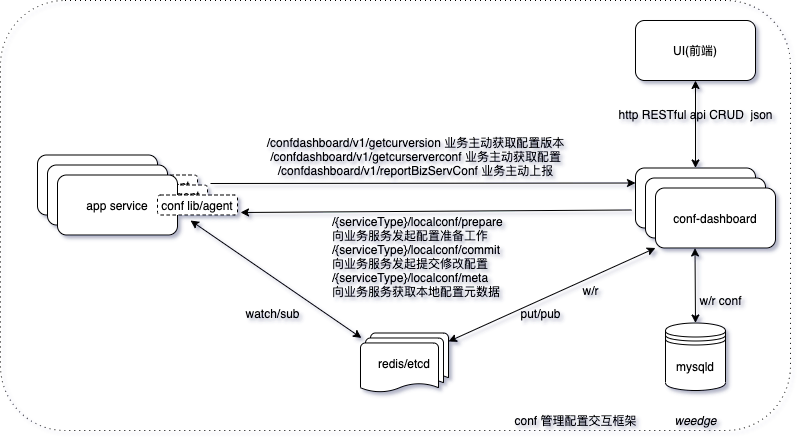
Above: config-arch.drawio.png in weedge/mypic (draw.io), before the change. Source tidied: cells renumbered, new cells last; positions are measured from the earlier drawing's top-left corner, leaving out a move shared by most shapes.
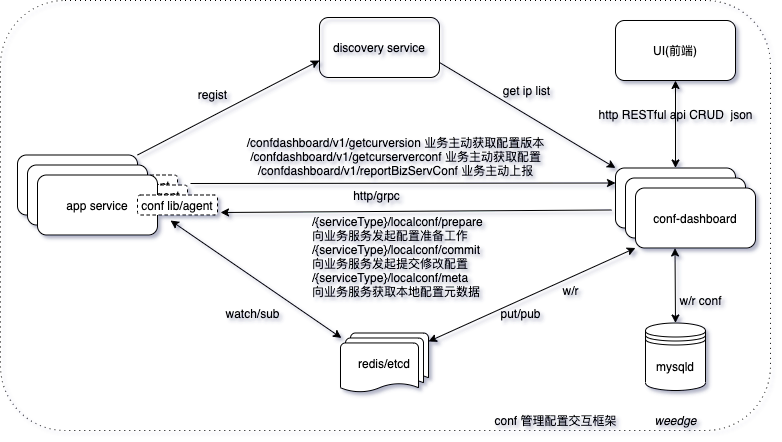
Later version of the same file.

What changed in the source:
```diff
@@ -3,7 +3,7 @@
     <mxCell id="0" />
     <mxCell id="1" parent="0" />
     <mxCell id="2" style="rounded=1;whiteSpace=wrap;html=1;strokeWidth=1;dashed=1;dashPattern=1 4;shadow=0;fillColor=none;" parent="1" vertex="1">
-      <mxGeometry width="790" height="430" as="geometry" />
+      <mxGeometry x="20" width="770" height="430" as="geometry" />
     </mxCell>
     <mxCell id="3" value="conf-dashboard" style="rounded=1;whiteSpace=wrap;html=1;" parent="1" vertex="1">
       <mxGeometry x="635" y="167.5" width="120" height="60" as="geometry" />
@@ -63,6 +63,11 @@
         <mxPoint x="210" y="183" as="sourcePoint" />
       </mxGeometry>
     </mxCell>
+    <mxCell id="30" value="http/grpc" style="edgeLabel;html=1;align=center;verticalAlign=middle;labelBackgroundColor=none;" parent="19" vertex="1">
+      <mxGeometry x="-0.25" y="-4" relative="1" as="geometry">
+        <mxPoint x="25" y="8" as="offset" />
+      </mxGeometry>
+    </mxCell>
     <mxCell id="20" style="endArrow=classic;html=1;rounded=0;exitX=-0.033;exitY=0.883;exitDx=0;exitDy=0;exitPerimeter=0;" parent="1" edge="1">
       <mxGeometry relative="1" as="geometry">
         <mxPoint x="631" y="209.5" as="sourcePoint" />
@@ -96,5 +101,22 @@
     <mxCell id="29" value="weedge" style="text;html=1;align=center;verticalAlign=middle;strokeColor=none;fillColor=none;fontStyle=2;" parent="1" vertex="1">
       <mxGeometry x="665" y="410" width="60" height="20" as="geometry" />
     </mxCell>
+    <mxCell id="31" value="discovery service" style="rounded=1;whiteSpace=wrap;html=1;shadow=0;labelBackgroundColor=none;fontColor=none;strokeWidth=1;fillColor=none;" parent="1" vertex="1">
+      <mxGeometry x="339" y="17" width="120" height="60" as="geometry" />
+    </mxCell>
+    <mxCell id="32" style="endArrow=classic;startArrow=none;html=1;rounded=0;fontColor=none;exitX=1;exitY=0;exitDx=0;exitDy=0;startFill=0;" parent="1" edge="1" source="5">
+      <mxGeometry relative="1" as="geometry">
+        <mxPoint x="339" y="60" as="targetPoint" />
+      </mxGeometry>
+    </mxCell>
+    <mxCell id="33" style="endArrow=none;startArrow=classic;html=1;rounded=0;fontColor=none;entryX=1;entryY=0.75;entryDx=0;entryDy=0;exitX=0;exitY=0;exitDx=0;exitDy=0;endFill=0;" parent="1" edge="1" source="3" target="31">
+      <mxGeometry relative="1" as="geometry" />
+    </mxCell>
+    <mxCell id="34" value="get ip list" style="text;html=1;align=center;verticalAlign=middle;strokeColor=none;fillColor=none;fontColor=none;" parent="1" vertex="1">
+      <mxGeometry x="516" y="80" width="60" height="20" as="geometry" />
+    </mxCell>
+    <mxCell id="35" value="regist" style="text;html=1;align=center;verticalAlign=middle;strokeColor=none;fillColor=none;fontColor=none;" parent="1" vertex="1">
+      <mxGeometry x="212" y="84" width="40" height="20" as="geometry" />
+    </mxCell>
   </root>
 </mxGraphModel>
```
